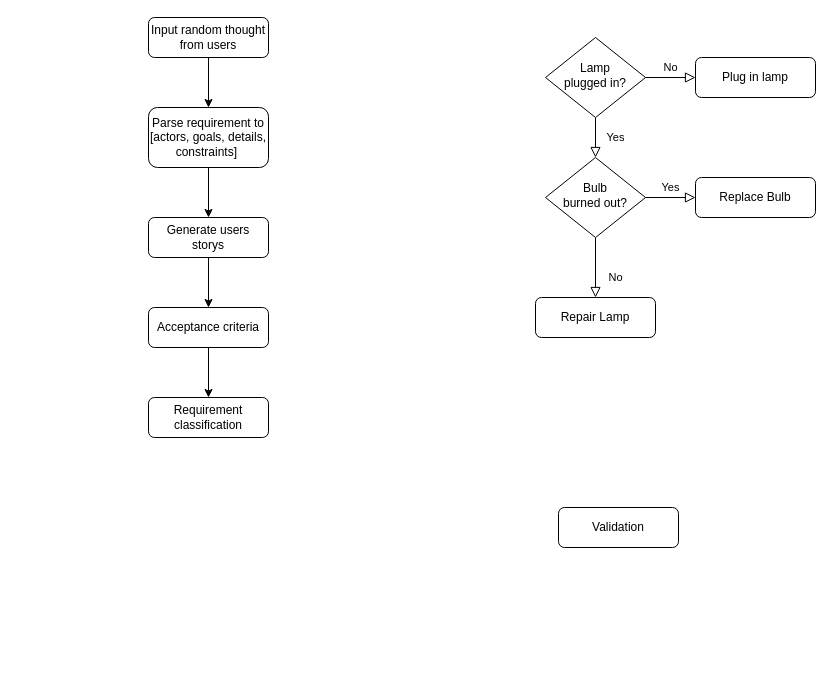
Before: BA workflow.drawio in thomasltf628/business_analysis_workflow, a draw.io diagram. Source tidied: cells renumbered, new cells numbered last; positions are measured from the earlier drawing's top-left corner, leaving out a move shared by most shapes. Both pictures are drawn from the tidied source at 100%, with x=0, y=0 at pixel (148, 17).
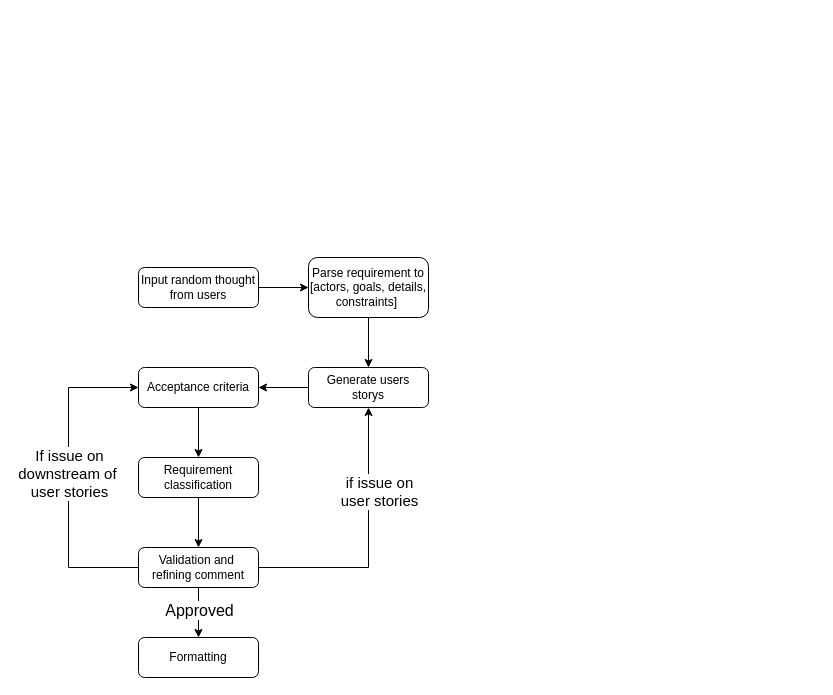
After the change.

The edit, as a diff of the source:
```diff
@@
     <mxCell id="3" value="Input random thought from users" style="rounded=1;whiteSpace=wrap;html=1;fontSize=12;glass=0;strokeWidth=1;shadow=0;" parent="1" vertex="1">
-      <mxGeometry width="120" height="40" as="geometry" />
+      <mxGeometry x="-10" y="250" width="120" height="40" as="geometry" />
     </mxCell>
-    <mxCell id="4" value="Yes" style="rounded=0;html=1;jettySize=auto;fontSize=11;endArrow=block;endFill=0;endSize=8;strokeWidth=1;shadow=0;labelBackgroundColor=none;edgeStyle=orthogonalEdgeStyle;" parent="1" edge="1" source="6" target="10">
-      <mxGeometry y="20" relative="1" as="geometry" />
-    </mxCell>
-    <mxCell id="5" value="No" style="edgeStyle=orthogonalEdgeStyle;rounded=0;html=1;jettySize=auto;fontSize=11;endArrow=block;endFill=0;endSize=8;strokeWidth=1;shadow=0;labelBackgroundColor=none;" parent="1" edge="1" source="6" target="7">
-      <mxGeometry y="10" relative="1" as="geometry" />
-    </mxCell>
-    <mxCell id="6" value="Lamp&lt;br&gt;plugged in?" style="rhombus;whiteSpace=wrap;html=1;shadow=0;fontFamily=Helvetica;fontSize=12;align=center;strokeWidth=1;spacing=6;spacingTop=-4;" parent="1" vertex="1">
-      <mxGeometry x="397" y="20" width="100" height="80" as="geometry" />
-    </mxCell>
-    <mxCell id="7" value="Plug in lamp" style="rounded=1;whiteSpace=wrap;html=1;fontSize=12;glass=0;strokeWidth=1;shadow=0;" parent="1" vertex="1">
-      <mxGeometry x="547" y="40" width="120" height="40" as="geometry" />
-    </mxCell>
-    <mxCell id="8" value="No" style="rounded=0;html=1;jettySize=auto;fontSize=11;endArrow=block;endFill=0;endSize=8;strokeWidth=1;shadow=0;labelBackgroundColor=none;edgeStyle=orthogonalEdgeStyle;" parent="1" edge="1" source="10" target="11">
-      <mxGeometry x="0.33" y="20" relative="1" as="geometry" />
-    </mxCell>
-    <mxCell id="9" value="Yes" style="edgeStyle=orthogonalEdgeStyle;rounded=0;html=1;jettySize=auto;fontSize=11;endArrow=block;endFill=0;endSize=8;strokeWidth=1;shadow=0;labelBackgroundColor=none;" parent="1" edge="1" source="10" target="12">
-      <mxGeometry y="10" relative="1" as="geometry" />
-    </mxCell>
-    <mxCell id="10" value="Bulb&lt;br&gt;burned out?" style="rhombus;whiteSpace=wrap;html=1;shadow=0;fontFamily=Helvetica;fontSize=12;align=center;strokeWidth=1;spacing=6;spacingTop=-4;" parent="1" vertex="1">
-      <mxGeometry x="397" y="140" width="100" height="80" as="geometry" />
-    </mxCell>
-    <mxCell id="11" value="Repair Lamp" style="rounded=1;whiteSpace=wrap;html=1;fontSize=12;glass=0;strokeWidth=1;shadow=0;" parent="1" vertex="1">
-      <mxGeometry x="387" y="280" width="120" height="40" as="geometry" />
-    </mxCell>
-    <mxCell id="12" value="Replace Bulb" style="rounded=1;whiteSpace=wrap;html=1;fontSize=12;glass=0;strokeWidth=1;shadow=0;" parent="1" vertex="1">
-      <mxGeometry x="547" y="160" width="120" height="40" as="geometry" />
-    </mxCell>
@@
     <mxCell id="14" value="Parse requirement to [actors, goals, details, constraints]&amp;nbsp;" style="rounded=1;whiteSpace=wrap;html=1;fontSize=12;glass=0;strokeWidth=1;shadow=0;" parent="1" vertex="1">
-      <mxGeometry y="90" width="120" height="60" as="geometry" />
+      <mxGeometry x="160" y="240" width="120" height="60" as="geometry" />
     </mxCell>
@@
     <mxCell id="16" value="Generate users storys" style="rounded=1;whiteSpace=wrap;html=1;fontSize=12;glass=0;strokeWidth=1;shadow=0;" parent="1" vertex="1">
-      <mxGeometry y="200" width="120" height="40" as="geometry" />
+      <mxGeometry x="160" y="350" width="120" height="40" as="geometry" />
     </mxCell>
@@
     <mxCell id="18" value="Acceptance criteria" style="rounded=1;whiteSpace=wrap;html=1;fontSize=12;glass=0;strokeWidth=1;shadow=0;" parent="1" vertex="1">
-      <mxGeometry y="290" width="120" height="40" as="geometry" />
+      <mxGeometry x="-10" y="350" width="120" height="40" as="geometry" />
     </mxCell>
+    <mxCell id="21" style="edgeStyle=orthogonalEdgeStyle;rounded=0;jettySize=auto;html=1;" parent="1" edge="1" source="19" target="20">
+      <mxGeometry relative="1" as="geometry" />
+    </mxCell>
     <mxCell id="19" value="Requirement classification" style="rounded=1;whiteSpace=wrap;html=1;fontSize=12;glass=0;strokeWidth=1;shadow=0;" parent="1" vertex="1">
-      <mxGeometry y="380" width="120" height="40" as="geometry" />
+      <mxGeometry x="-10" y="440" width="120" height="40" as="geometry" />
     </mxCell>
+    <mxCell id="22" style="edgeStyle=orthogonalEdgeStyle;rounded=0;jettySize=auto;html=1;" parent="1" edge="1" source="20" target="28">
+      <mxGeometry relative="1" as="geometry" />
+    </mxCell>
+    <mxCell id="23" value="Approved" style="edgeLabel;html=1;align=center;verticalAlign=middle;fontSize=16;" parent="22" vertex="1">
+      <mxGeometry x="-0.12" y="3" relative="1" as="geometry">
+        <mxPoint x="-3" as="offset" />
+      </mxGeometry>
+    </mxCell>
+    <mxCell id="24" style="edgeStyle=orthogonalEdgeStyle;rounded=0;jettySize=auto;html=1;entryX=0.5;entryY=1;entryDx=0;entryDy=0;" parent="1" edge="1" source="20" target="16">
+      <mxGeometry relative="1" as="geometry">
+        <Array as="points">
+          <mxPoint x="220" y="550" />
+        </Array>
+      </mxGeometry>
+    </mxCell>
+    <mxCell id="25" value="if issue on&lt;div&gt;user stories&lt;/div&gt;" style="edgeLabel;html=1;align=center;verticalAlign=middle;fontSize=15;" parent="24" vertex="1">
+      <mxGeometry x="0.09" relative="1" as="geometry">
+        <mxPoint x="10" y="-40" as="offset" />
+      </mxGeometry>
+    </mxCell>
+    <mxCell id="26" style="edgeStyle=orthogonalEdgeStyle;rounded=0;jettySize=auto;html=1;exitX=0;exitY=0.5;exitDx=0;exitDy=0;entryX=0;entryY=0.5;entryDx=0;entryDy=0;" parent="1" edge="1" source="20" target="18">
+      <mxGeometry relative="1" as="geometry">
+        <Array as="points">
+          <mxPoint x="-80" y="550" />
+          <mxPoint x="-80" y="370" />
+        </Array>
+      </mxGeometry>
+    </mxCell>
+    <mxCell id="27" value="If issue on&lt;div&gt;downstream of&amp;nbsp;&lt;/div&gt;&lt;div&gt;user stories&lt;/div&gt;" style="edgeLabel;html=1;align=center;verticalAlign=middle;fontSize=15;" parent="26" vertex="1">
+      <mxGeometry x="0.03" relative="1" as="geometry" />
+    </mxCell>
-    <mxCell id="20" value="Validation" style="rounded=1;whiteSpace=wrap;html=1;fontSize=12;glass=0;strokeWidth=1;shadow=0;" parent="1" vertex="1">
-      <mxGeometry x="410" y="490" width="120" height="40" as="geometry" />
+    <mxCell id="20" value="Validation and&amp;nbsp;&lt;div&gt;refining comment&lt;/div&gt;" style="rounded=1;whiteSpace=wrap;html=1;fontSize=12;glass=0;strokeWidth=1;shadow=0;" parent="1" vertex="1">
+      <mxGeometry x="-10" y="530" width="120" height="40" as="geometry" />
     </mxCell>
+    <mxCell id="28" value="Formatting" style="whiteSpace=wrap;html=1;rounded=1;glass=0;strokeWidth=1;shadow=0;" parent="1" vertex="1">
+      <mxGeometry x="-10" y="620" width="120" height="40" as="geometry" />
+    </mxCell>
```
